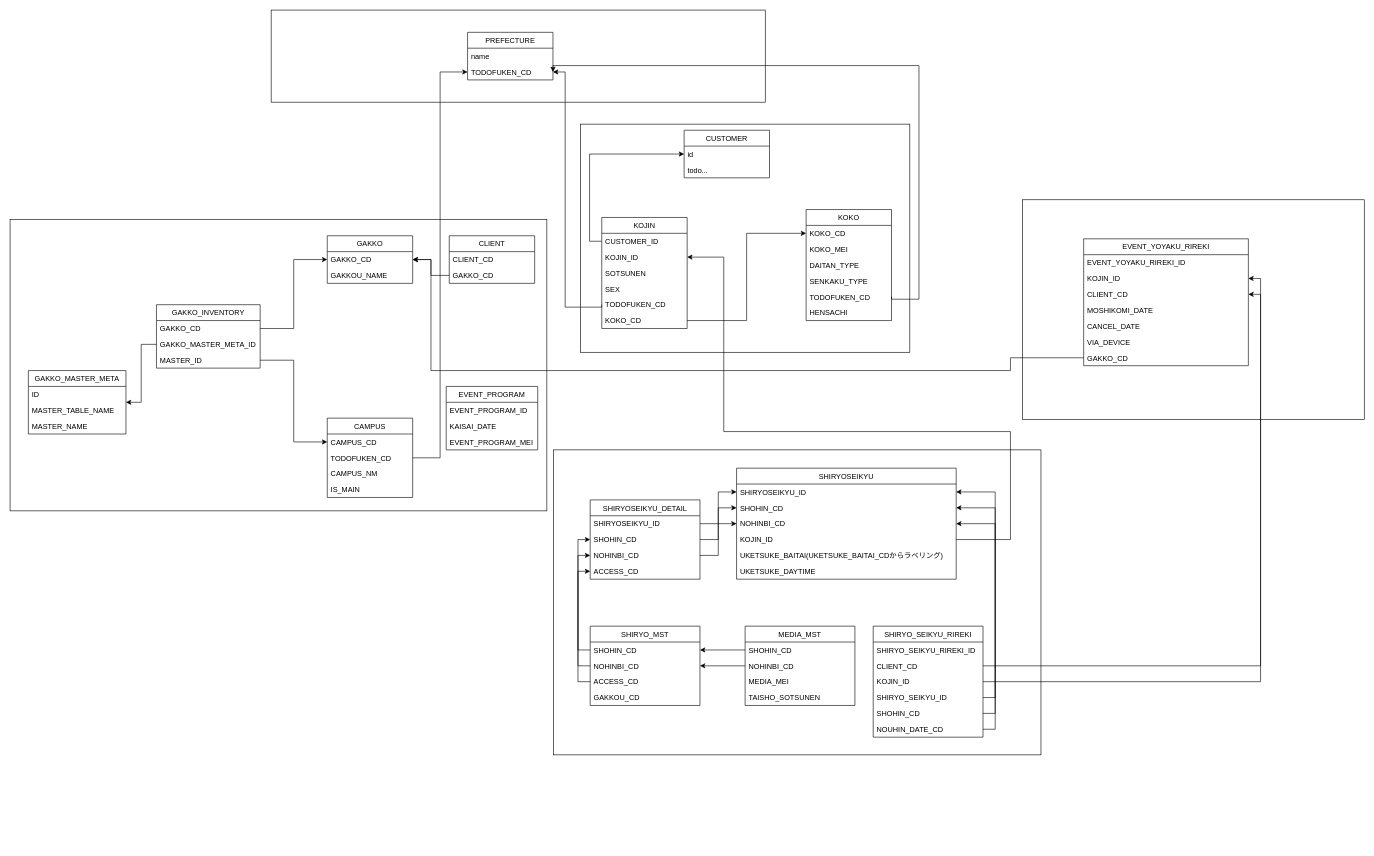
Above: page "Page-9" (9 of 9) of learning bloc.drawio in newuniverse/diagrams (draw.io), before the change. Source tidied: cells renumbered, new cells numbered last; positions are measured from the earlier drawing's top-left corner, leaving out a move shared by most shapes. Both pictures are drawn from the tidied source at 61%, with x=0, y=0 at pixel (10, 10).
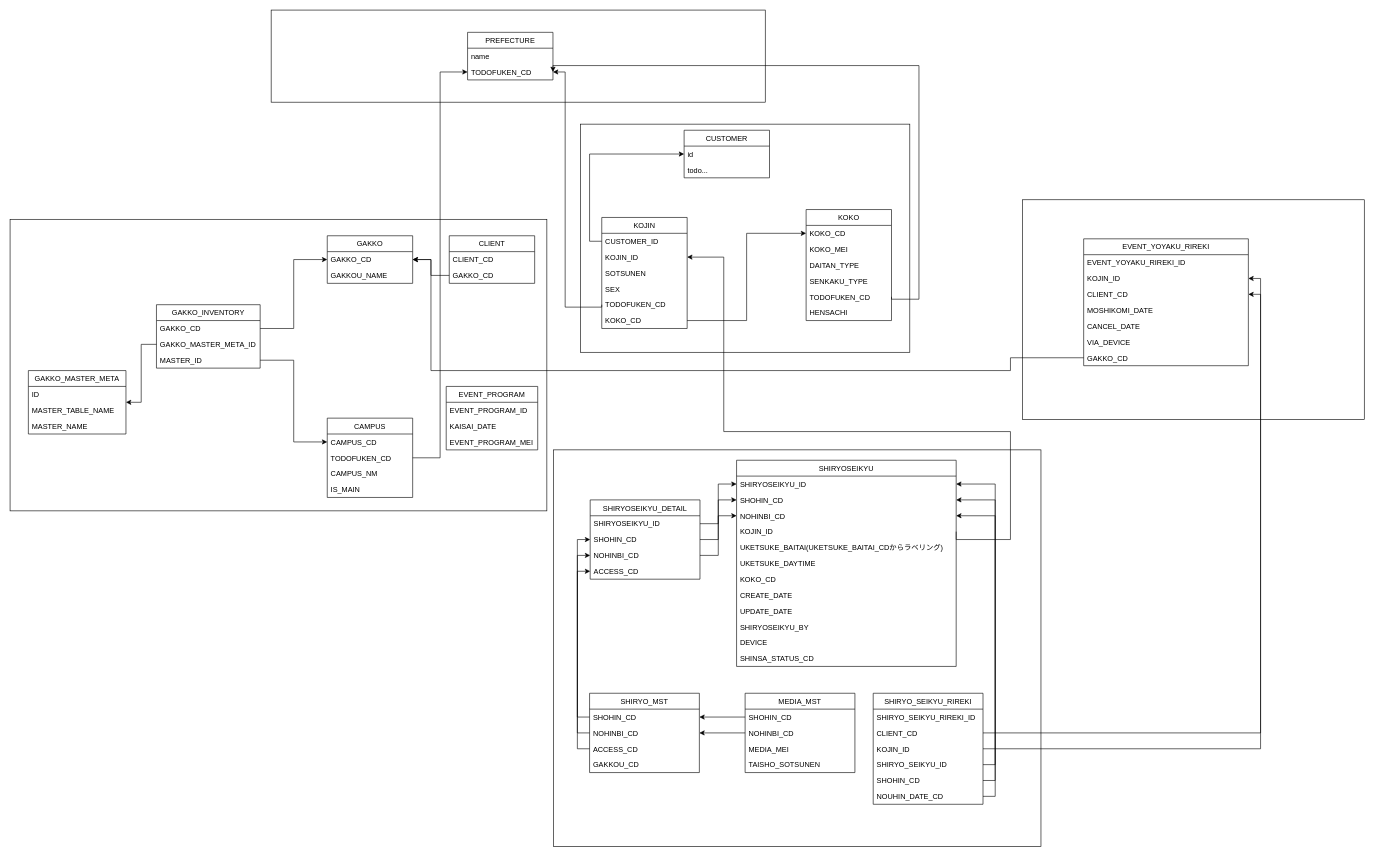
After the change.

Change to the diagram source:
```diff
@@
     <mxCell id="4" style="rounded=0;whiteSpace=wrap;html=1;fillColor=#FFFFFF;" parent="1" vertex="1">
-      <mxGeometry x="891" y="721" width="799" height="500" as="geometry" />
+      <mxGeometry x="891" y="721" width="799" height="650" as="geometry" />
     </mxCell>
@@
     <mxCell id="40" value="SHIRYOSEIKYU" style="swimlane;fontStyle=0;horizontal=1;startSize=26;fillColor=none;" parent="1" vertex="1">
-      <mxGeometry x="1191" y="751" width="360" height="182" as="geometry" />
+      <mxGeometry x="1191" y="738" width="360" height="338" as="geometry" />
     </mxCell>
@@
+    <mxCell id="111" value="KOKO_CD" style="text;strokeColor=none;fillColor=none;align=left;verticalAlign=top;spacingLeft=4;spacingRight=4;overflow=hidden;" parent="40" vertex="1">
+      <mxGeometry y="182" width="360" height="26" as="geometry" />
+    </mxCell>
+    <mxCell id="112" value="CREATE_DATE" style="text;strokeColor=none;fillColor=none;align=left;verticalAlign=top;spacingLeft=4;spacingRight=4;overflow=hidden;" parent="40" vertex="1">
+      <mxGeometry y="208" width="360" height="26" as="geometry" />
+    </mxCell>
+    <mxCell id="113" value="UPDATE_DATE" style="text;strokeColor=none;fillColor=none;align=left;verticalAlign=top;spacingLeft=4;spacingRight=4;overflow=hidden;" parent="40" vertex="1">
+      <mxGeometry y="234" width="360" height="26" as="geometry" />
+    </mxCell>
+    <mxCell id="114" value="SHIRYOSEIKYU_BY&#10;" style="text;strokeColor=none;fillColor=none;align=left;verticalAlign=top;spacingLeft=4;spacingRight=4;overflow=hidden;" parent="40" vertex="1">
+      <mxGeometry y="260" width="360" height="26" as="geometry" />
+    </mxCell>
+    <mxCell id="115" value="DEVICE" style="text;strokeColor=none;fillColor=none;align=left;verticalAlign=top;spacingLeft=4;spacingRight=4;overflow=hidden;" parent="40" vertex="1">
+      <mxGeometry y="286" width="360" height="26" as="geometry" />
+    </mxCell>
+    <mxCell id="116" value="SHINSA_STATUS_CD" style="text;strokeColor=none;fillColor=none;align=left;verticalAlign=top;spacingLeft=4;spacingRight=4;overflow=hidden;" parent="40" vertex="1">
+      <mxGeometry y="312" width="360" height="26" as="geometry" />
+    </mxCell>
@@
     <mxCell id="55" value="SHIRYO_MST" style="swimlane;fontStyle=0;horizontal=1;startSize=26;fillColor=none;" parent="1" vertex="1">
-      <mxGeometry x="951" y="1010" width="180" height="130" as="geometry" />
+      <mxGeometry x="950" y="1120" width="180" height="130" as="geometry" />
     </mxCell>
@@
     <mxCell id="63" value="MEDIA_MST" style="swimlane;fontStyle=0;horizontal=1;startSize=26;fillColor=none;" parent="1" vertex="1">
-      <mxGeometry x="1205" y="1010" width="180" height="130" as="geometry" />
+      <mxGeometry x="1205" y="1120" width="180" height="130" as="geometry" />
     </mxCell>
@@
     <mxCell id="88" value="SHIRYO_SEIKYU_RIREKI" style="swimlane;fontStyle=0;horizontal=1;startSize=26;fillColor=none;" parent="1" vertex="1">
-      <mxGeometry x="1415" y="1010" width="180" height="182" as="geometry" />
+      <mxGeometry x="1415" y="1120" width="180" height="182" as="geometry" />
     </mxCell>
```
